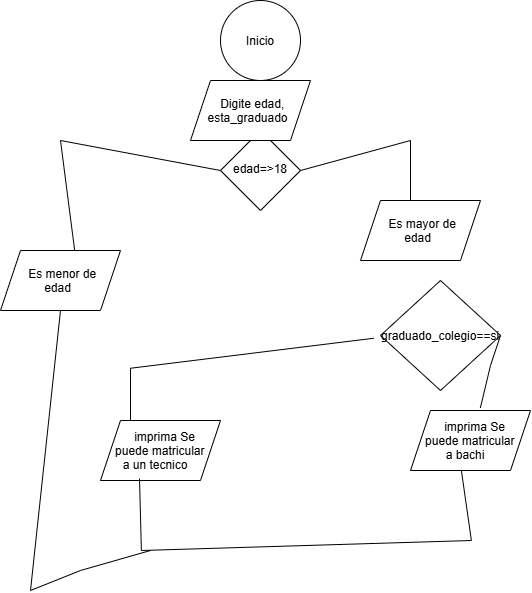
Before: Matricula universitaria.drawio.png, a diagram exported from draw.io (DanielCorderoRamirez/Matricula_universitaria). Source tidied: cells renumbered, new cells last; positions are measured from the earlier drawing's top-left corner, leaving out a move shared by most shapes. Its diagram source:
```xml
<mxGraphModel>
  <root>
    <mxCell id="0" />
    <mxCell id="1" parent="0" />
    <mxCell id="2" value="Inicio" style="ellipse;whiteSpace=wrap;html=1;shapeInside=1;" parent="1" vertex="1">
      <mxGeometry x="220" width="80" height="80" as="geometry" />
    </mxCell>
    <mxCell id="3" value="edad=&amp;gt;18" style="rhombus;whiteSpace=wrap;html=1;shapeInside=1;" parent="1" vertex="1">
      <mxGeometry x="220" y="130" width="80" height="80" as="geometry" />
    </mxCell>
    <mxCell id="4" value="graduado_colegio==si" style="rhombus;whiteSpace=wrap;html=1;shapeInside=1;" parent="1" vertex="1">
      <mxGeometry x="380" y="280" width="120" height="110" as="geometry" />
    </mxCell>
    <mxCell id="5" style="endArrow=none;html=1;rounded=0;entryX=0;entryY=0.5;entryDx=0;entryDy=0;exitX=0.62;exitY=0.029;exitDx=0;exitDy=0;exitPerimeter=0;" parent="1" edge="1" source="8" target="3">
      <mxGeometry x="0.57" relative="1" as="geometry">
        <Array as="points">
          <mxPoint x="60" y="140" />
        </Array>
      </mxGeometry>
    </mxCell>
    <mxCell id="6" style="endArrow=none;html=1;rounded=0;entryX=1;entryY=0.5;entryDx=0;entryDy=0;" parent="1" edge="1" target="3">
      <mxGeometry relative="1" as="geometry">
        <mxPoint x="410" y="200" as="sourcePoint" />
        <Array as="points">
          <mxPoint x="410" y="140" />
        </Array>
      </mxGeometry>
    </mxCell>
    <mxCell id="7" value="Es mayor de edad" style="shape=parallelogram;perimeter=parallelogramPerimeter;whiteSpace=wrap;html=1;shapeInside=1;fixedSize=1;" parent="1" vertex="1">
      <mxGeometry x="360" y="200" width="120" height="60" as="geometry" />
    </mxCell>
    <mxCell id="8" value="Es menor de edad" style="shape=parallelogram;perimeter=parallelogramPerimeter;whiteSpace=wrap;html=1;shapeInside=1;fixedSize=1;" parent="1" vertex="1">
      <mxGeometry y="250" width="120" height="60" as="geometry" />
    </mxCell>
    <mxCell id="9" value="imprima Se puede matricular a bachi" style="shape=parallelogram;perimeter=parallelogramPerimeter;whiteSpace=wrap;html=1;shapeInside=1;fixedSize=1;" parent="1" vertex="1">
      <mxGeometry x="410" y="410" width="120" height="60" as="geometry" />
    </mxCell>
    <mxCell id="10" value="imprima Se puede matricular a un tecnico" style="shape=parallelogram;perimeter=parallelogramPerimeter;whiteSpace=wrap;html=1;shapeInside=1;fixedSize=1;" parent="1" vertex="1">
      <mxGeometry x="100" y="420" width="120" height="60" as="geometry" />
    </mxCell>
    <mxCell id="11" style="endArrow=none;html=1;rounded=0;entryX=-0.056;entryY=0.525;entryDx=0;entryDy=0;entryPerimeter=0;exitX=0.25;exitY=0;exitDx=0;exitDy=0;" parent="1" edge="1" source="10" target="4">
      <mxGeometry x="0.23" relative="1" as="geometry">
        <Array as="points">
          <mxPoint x="130" y="367.8" />
        </Array>
      </mxGeometry>
    </mxCell>
    <mxCell id="12" style="endArrow=none;html=1;rounded=0;entryX=1;entryY=0.5;entryDx=0;entryDy=0;exitX=0.582;exitY=-0.043;exitDx=0;exitDy=0;exitPerimeter=0;" parent="1" edge="1" source="9" target="4">
      <mxGeometry x="-0.12" relative="1" as="geometry">
        <Array as="points">
          <mxPoint x="490" y="365" />
        </Array>
      </mxGeometry>
    </mxCell>
    <mxCell id="13" style="endArrow=none;html=1;rounded=0;entryX=0.5;entryY=1;entryDx=0;entryDy=0;exitX=0.401;exitY=0.968;exitDx=0;exitDy=0;exitPerimeter=0;" parent="1" edge="1">
      <mxGeometry x="-0.12" relative="1" as="geometry">
        <mxPoint x="139" y="478.1" as="sourcePoint" />
        <mxPoint x="460.9" y="470" as="targetPoint" />
        <Array as="points">
          <mxPoint x="140.9" y="550" />
          <mxPoint x="470.9" y="540" />
        </Array>
      </mxGeometry>
    </mxCell>
    <mxCell id="14" style="endArrow=none;html=1;rounded=0;entryX=0.5;entryY=1;entryDx=0;entryDy=0;" parent="1" edge="1" target="8">
      <mxGeometry x="-0.32" relative="1" as="geometry">
        <mxPoint x="150" y="550" as="sourcePoint" />
        <Array as="points">
          <mxPoint x="80" y="570" />
          <mxPoint x="30" y="590" />
        </Array>
      </mxGeometry>
    </mxCell>
    <mxCell id="15" value="Digite edad, esta_graduado" style="shape=parallelogram;perimeter=parallelogramPerimeter;whiteSpace=wrap;html=1;shapeInside=1;fixedSize=1;" parent="1" vertex="1">
      <mxGeometry x="190" y="80" width="120" height="60" as="geometry" />
    </mxCell>
  </root>
</mxGraphModel>
```
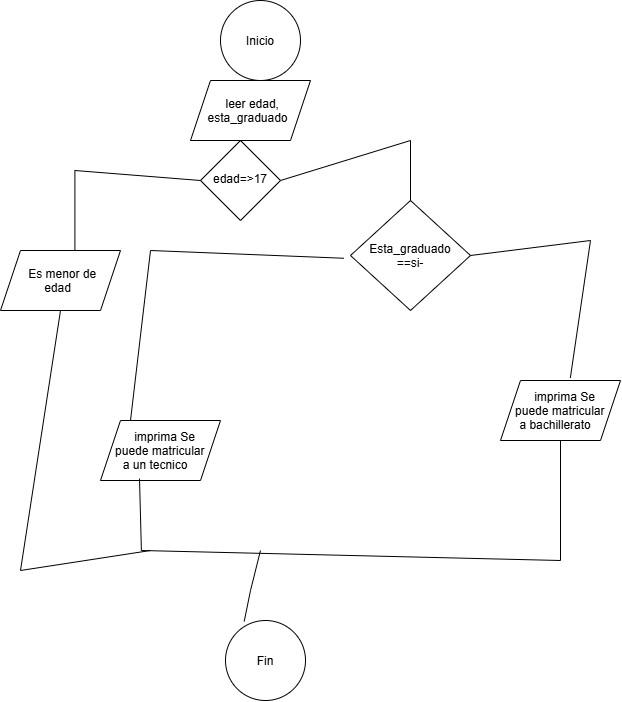
After the commit.

What changed in the source:
```diff
@@ -5,16 +5,16 @@
     <mxCell id="2" value="Inicio" style="ellipse;whiteSpace=wrap;html=1;shapeInside=1;" parent="1" vertex="1">
       <mxGeometry x="220" width="80" height="80" as="geometry" />
     </mxCell>
-    <mxCell id="3" value="edad=&amp;gt;18" style="rhombus;whiteSpace=wrap;html=1;shapeInside=1;" parent="1" vertex="1">
-      <mxGeometry x="220" y="130" width="80" height="80" as="geometry" />
+    <mxCell id="3" value="edad=&amp;gt;17" style="rhombus;whiteSpace=wrap;html=1;shapeInside=1;" parent="1" vertex="1">
+      <mxGeometry x="200" y="140" width="80" height="80" as="geometry" />
     </mxCell>
-    <mxCell id="4" value="graduado_colegio==si" style="rhombus;whiteSpace=wrap;html=1;shapeInside=1;" parent="1" vertex="1">
-      <mxGeometry x="380" y="280" width="120" height="110" as="geometry" />
+    <mxCell id="4" value="Esta_graduado ==si-" style="rhombus;whiteSpace=wrap;html=1;shapeInside=1;" parent="1" vertex="1">
+      <mxGeometry x="350" y="200" width="120" height="110" as="geometry" />
     </mxCell>
     <mxCell id="5" style="endArrow=none;html=1;rounded=0;entryX=0;entryY=0.5;entryDx=0;entryDy=0;exitX=0.62;exitY=0.029;exitDx=0;exitDy=0;exitPerimeter=0;" parent="1" edge="1" source="8" target="3">
       <mxGeometry x="0.57" relative="1" as="geometry">
         <Array as="points">
-          <mxPoint x="60" y="140" />
+          <mxPoint x="74.4" y="170" />
         </Array>
       </mxGeometry>
     </mxCell>
@@ -26,14 +26,11 @@
         </Array>
       </mxGeometry>
     </mxCell>
-    <mxCell id="7" value="Es mayor de edad" style="shape=parallelogram;perimeter=parallelogramPerimeter;whiteSpace=wrap;html=1;shapeInside=1;fixedSize=1;" parent="1" vertex="1">
-      <mxGeometry x="360" y="200" width="120" height="60" as="geometry" />
-    </mxCell>
     <mxCell id="8" value="Es menor de edad" style="shape=parallelogram;perimeter=parallelogramPerimeter;whiteSpace=wrap;html=1;shapeInside=1;fixedSize=1;" parent="1" vertex="1">
       <mxGeometry y="250" width="120" height="60" as="geometry" />
     </mxCell>
-    <mxCell id="9" value="imprima Se puede matricular a bachi" style="shape=parallelogram;perimeter=parallelogramPerimeter;whiteSpace=wrap;html=1;shapeInside=1;fixedSize=1;" parent="1" vertex="1">
-      <mxGeometry x="410" y="410" width="120" height="60" as="geometry" />
+    <mxCell id="9" value="imprima Se puede matricular a bachillerato" style="shape=parallelogram;perimeter=parallelogramPerimeter;whiteSpace=wrap;html=1;shapeInside=1;fixedSize=1;" parent="1" vertex="1">
+      <mxGeometry x="500" y="380" width="120" height="60" as="geometry" />
     </mxCell>
     <mxCell id="10" value="imprima Se puede matricular a un tecnico" style="shape=parallelogram;perimeter=parallelogramPerimeter;whiteSpace=wrap;html=1;shapeInside=1;fixedSize=1;" parent="1" vertex="1">
       <mxGeometry x="100" y="420" width="120" height="60" as="geometry" />
@@ -41,24 +38,23 @@
     <mxCell id="11" style="endArrow=none;html=1;rounded=0;entryX=-0.056;entryY=0.525;entryDx=0;entryDy=0;entryPerimeter=0;exitX=0.25;exitY=0;exitDx=0;exitDy=0;" parent="1" edge="1" source="10" target="4">
       <mxGeometry x="0.23" relative="1" as="geometry">
         <Array as="points">
-          <mxPoint x="130" y="367.8" />
+          <mxPoint x="150" y="250" />
         </Array>
       </mxGeometry>
     </mxCell>
     <mxCell id="12" style="endArrow=none;html=1;rounded=0;entryX=1;entryY=0.5;entryDx=0;entryDy=0;exitX=0.582;exitY=-0.043;exitDx=0;exitDy=0;exitPerimeter=0;" parent="1" edge="1" source="9" target="4">
       <mxGeometry x="-0.12" relative="1" as="geometry">
         <Array as="points">
-          <mxPoint x="490" y="365" />
+          <mxPoint x="590" y="240" />
         </Array>
       </mxGeometry>
     </mxCell>
-    <mxCell id="13" style="endArrow=none;html=1;rounded=0;entryX=0.5;entryY=1;entryDx=0;entryDy=0;exitX=0.401;exitY=0.968;exitDx=0;exitDy=0;exitPerimeter=0;" parent="1" edge="1">
-      <mxGeometry x="-0.12" relative="1" as="geometry">
+    <mxCell id="13" style="endArrow=none;html=1;rounded=0;entryX=0.5;entryY=1;entryDx=0;entryDy=0;exitX=0.401;exitY=0.968;exitDx=0;exitDy=0;exitPerimeter=0;" parent="1" edge="1" target="9">
+      <mxGeometry x="-0.22" relative="1" as="geometry">
         <mxPoint x="139" y="478.1" as="sourcePoint" />
-        <mxPoint x="460.9" y="470" as="targetPoint" />
         <Array as="points">
           <mxPoint x="140.9" y="550" />
-          <mxPoint x="470.9" y="540" />
+          <mxPoint x="560" y="560" />
         </Array>
       </mxGeometry>
     </mxCell>
@@ -66,13 +62,23 @@
       <mxGeometry x="-0.32" relative="1" as="geometry">
         <mxPoint x="150" y="550" as="sourcePoint" />
         <Array as="points">
-          <mxPoint x="80" y="570" />
-          <mxPoint x="30" y="590" />
+          <mxPoint x="20" y="570" />
         </Array>
       </mxGeometry>
     </mxCell>
-    <mxCell id="15" value="Digite edad, esta_graduado" style="shape=parallelogram;perimeter=parallelogramPerimeter;whiteSpace=wrap;html=1;shapeInside=1;fixedSize=1;" parent="1" vertex="1">
+    <mxCell id="15" value="leer edad, esta_graduado" style="shape=parallelogram;perimeter=parallelogramPerimeter;whiteSpace=wrap;html=1;shapeInside=1;fixedSize=1;" parent="1" vertex="1">
       <mxGeometry x="190" y="80" width="120" height="60" as="geometry" />
     </mxCell>
+    <mxCell id="16" value="Fin" style="ellipse;whiteSpace=wrap;html=1;shapeInside=1;" parent="1" vertex="1">
+      <mxGeometry x="225" y="620" width="80" height="80" as="geometry" />
+    </mxCell>
+    <mxCell id="17" style="endArrow=none;html=1;rounded=0;entryX=0.234;entryY=0.011;entryDx=0;entryDy=0;entryPerimeter=0;" parent="1" edge="1" target="16">
+      <mxGeometry x="-0.01" relative="1" as="geometry">
+        <mxPoint x="260" y="550" as="sourcePoint" />
+        <Array as="points">
+          <mxPoint x="250" y="590" />
+        </Array>
+      </mxGeometry>
+    </mxCell>
   </root>
 </mxGraphModel>
```
